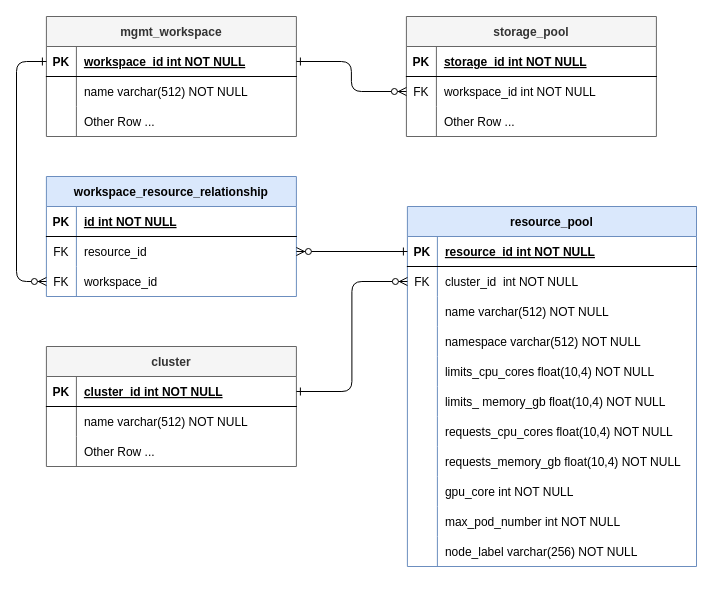
LiuJin1203/graph keeps this draw.io diagram as page "Page-1" (1 of 3) of Resource_Pool2.drawio. Above is the earlier version. Source tidied: cells renumbered, new cells numbered last; positions are measured from the earlier drawing's top-left corner, leaving out a move shared by most shapes. Both pictures are drawn from the tidied source at 100%, with x=0, y=0 at pixel (16, 16).
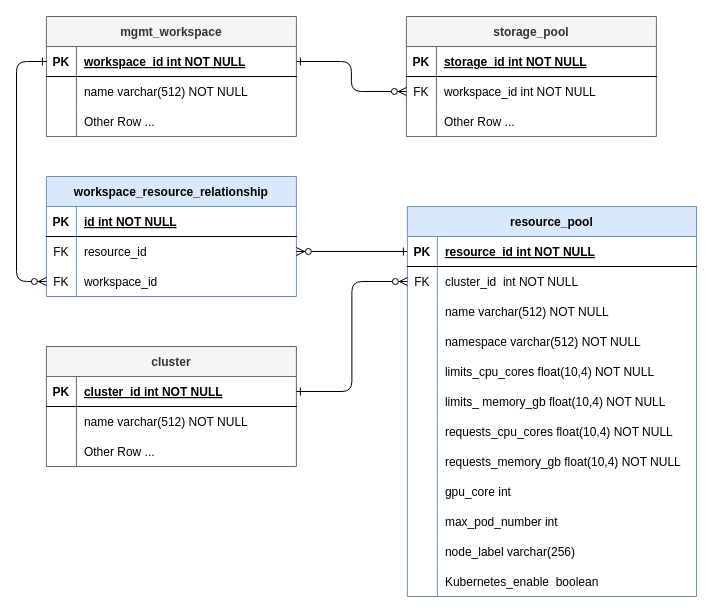
After the change.

The change refers to these unchanged cells:
```xml
<mxCell id="27" style="shape=tableRow;horizontal=0;startSize=0;swimlaneHead=0;swimlaneBody=0;fillColor=none;top=0;left=0;right=0;bottom=0;" parent="2" vertex="1">
  <mxGeometry y="270" width="289.1" height="30" as="geometry" />
</mxCell>
<mxCell id="30" style="shape=tableRow;horizontal=0;startSize=0;swimlaneHead=0;swimlaneBody=0;fillColor=none;top=0;left=0;right=0;bottom=0;fontSize=12;strokeWidth=1;" parent="2" vertex="1">
  <mxGeometry y="300" width="289.1" height="30" as="geometry" />
</mxCell>
<mxCell id="33" style="shape=tableRow;horizontal=0;startSize=0;swimlaneHead=0;swimlaneBody=0;fillColor=none;top=0;left=0;right=0;bottom=0;fontSize=12;strokeWidth=1;" parent="2" vertex="1">
  <mxGeometry y="330" width="289.1" height="30" as="geometry" />
</mxCell>
```

What changed in the source:
```diff
@@
     <mxCell id="2" value="resource_pool" style="shape=table;startSize=30;childLayout=tableLayout;rowLines=0;fontStyle=1;align=center;fillColor=#dae8fc;strokeColor=#6c8ebf;" parent="1" vertex="1">
-      <mxGeometry x="390.9" y="190" width="289.1" height="360" as="geometry" />
+      <mxGeometry x="390.9" y="190" width="289.1" height="390" as="geometry" />
     </mxCell>
@@
-    <mxCell id="29" value="gpu_core int NOT NULL" style="shape=partialRectangle;fillColor=none;top=0;left=0;bottom=0;right=0;align=left;spacingLeft=6;overflow=hidden;" parent="27" vertex="1">
+    <mxCell id="29" value="gpu_core int " style="shape=partialRectangle;fillColor=none;top=0;left=0;bottom=0;right=0;align=left;spacingLeft=6;overflow=hidden;" parent="27" vertex="1">
       <mxGeometry x="30" width="259.1" height="30" as="geometry" />
     </mxCell>
@@
-    <mxCell id="32" value="max_pod_number int NOT NULL" style="shape=partialRectangle;fillColor=none;top=0;left=0;bottom=0;right=0;align=left;spacingLeft=6;overflow=hidden;fontSize=12;strokeWidth=1;" parent="30" vertex="1">
+    <mxCell id="32" value="max_pod_number int " style="shape=partialRectangle;fillColor=none;top=0;left=0;bottom=0;right=0;align=left;spacingLeft=6;overflow=hidden;fontSize=12;strokeWidth=1;" parent="30" vertex="1">
       <mxGeometry x="30" width="259.1" height="30" as="geometry" />
     </mxCell>
@@
-    <mxCell id="35" value="node_label varchar(256) NOT NULL" style="shape=partialRectangle;fillColor=none;top=0;left=0;bottom=0;right=0;align=left;spacingLeft=6;overflow=hidden;fontSize=12;strokeWidth=1;" parent="33" vertex="1">
+    <mxCell id="35" value="node_label varchar(256) " style="shape=partialRectangle;fillColor=none;top=0;left=0;bottom=0;right=0;align=left;spacingLeft=6;overflow=hidden;fontSize=12;strokeWidth=1;" parent="33" vertex="1">
       <mxGeometry x="30" width="259.1" height="30" as="geometry" />
     </mxCell>
+    <mxCell id="80" style="shape=tableRow;horizontal=0;startSize=0;swimlaneHead=0;swimlaneBody=0;fillColor=none;top=0;left=0;right=0;bottom=0;" parent="2" vertex="1">
+      <mxGeometry y="360" width="289.1" height="30" as="geometry" />
+    </mxCell>
+    <mxCell id="81" style="shape=partialRectangle;fillColor=none;top=0;left=0;bottom=0;right=0;overflow=hidden;" parent="80" vertex="1">
+      <mxGeometry width="30" height="30" as="geometry" />
+    </mxCell>
+    <mxCell id="82" value="Kubernetes_enable  boolean" style="shape=partialRectangle;fillColor=none;top=0;left=0;bottom=0;right=0;align=left;spacingLeft=6;overflow=hidden;" parent="80" vertex="1">
+      <mxGeometry x="30" width="259.1" height="30" as="geometry" />
+    </mxCell>
```
